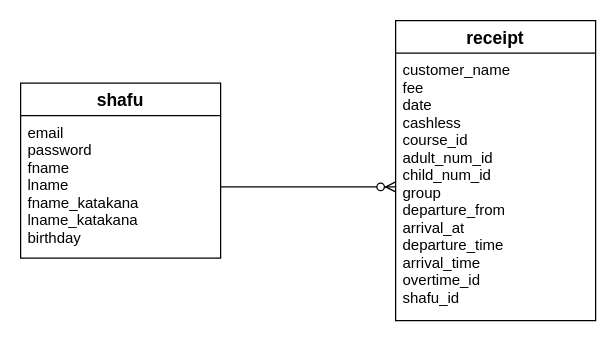
The draw.io diagram ERD.dio in kansei-bit/rickshaw, before the edit. Source tidied: cells renumbered, new cells numbered last; positions are measured from the earlier drawing's top-left corner, leaving out a move shared by most shapes. Both pictures are drawn from the tidied source at 125%, with x=0, y=0 at pixel (20, 20).
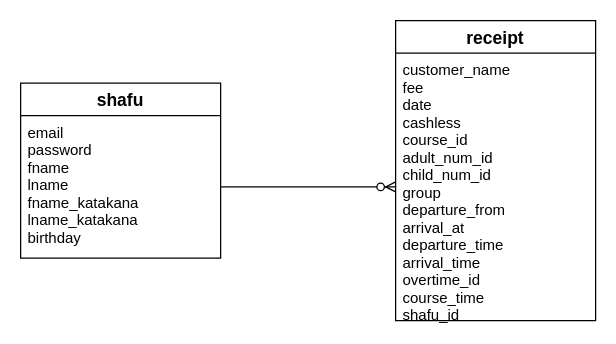
Above is the later version.

Commit message:
ER図のreceiptsテーブルにcourse_timeカラムを追加

The edit, as a diff of the source:
```diff
@@
 <mxGraphModel>
   <root>
     <mxCell id="0" />
     <mxCell id="1" parent="0" />
     <mxCell id="2" value="receipt" style="swimlane;fontStyle=1;horizontal=1;startSize=26;align=center;fontSize=14;" parent="1" vertex="1">
       <mxGeometry x="300" width="160" height="240" as="geometry" />
     </mxCell>
-    <mxCell id="3" value="customer_name&#10;fee&#10;date&#10;cashless&#10;course_id&#10;adult_num_id&#10;child_num_id&#10;group&#10;departure_from&#10;arrival_at&#10;departure_time&#10;arrival_time&#10;overtime_id&#10;shafu_id" style="text;strokeColor=none;fillColor=none;spacingLeft=4;spacingRight=4;overflow=hidden;points=[[0,0.5],[1,0.5]];portConstraint=eastwest;fontSize=12;" parent="2" vertex="1">
+    <mxCell id="3" value="customer_name&#10;fee&#10;date&#10;cashless&#10;course_id&#10;adult_num_id&#10;child_num_id&#10;group&#10;departure_from&#10;arrival_at&#10;departure_time&#10;arrival_time&#10;overtime_id&#10;course_time&#10;shafu_id" style="text;strokeColor=none;fillColor=none;spacingLeft=4;spacingRight=4;overflow=hidden;points=[[0,0.5],[1,0.5]];portConstraint=eastwest;fontSize=12;" parent="2" vertex="1">
       <mxGeometry y="26" width="160" height="214" as="geometry" />
     </mxCell>
     <mxCell id="4" style="edgeStyle=orthogonalEdgeStyle;rounded=0;jettySize=auto;html=1;entryX=0;entryY=0.5;entryDx=0;entryDy=0;endArrow=ERzeroToMany;endFill=1;" parent="1" edge="1" source="6" target="3">
       <mxGeometry relative="1" as="geometry" />
     </mxCell>
     <mxCell id="5" value="shafu" style="swimlane;fontStyle=1;horizontal=1;startSize=26;align=center;fontSize=14;" parent="1" vertex="1">
       <mxGeometry y="50" width="160" height="140" as="geometry" />
     </mxCell>
     <mxCell id="6" value="email&#10;password&#10;fname&#10;lname&#10;fname_katakana&#10;lname_katakana&#10;birthday" style="text;strokeColor=none;fillColor=none;spacingLeft=4;spacingRight=4;overflow=hidden;points=[[0,0.5],[1,0.5]];portConstraint=eastwest;fontSize=12;" parent="5" vertex="1">
       <mxGeometry y="26" width="160" height="114" as="geometry" />
     </mxCell>
   </root>
 </mxGraphModel>
```
